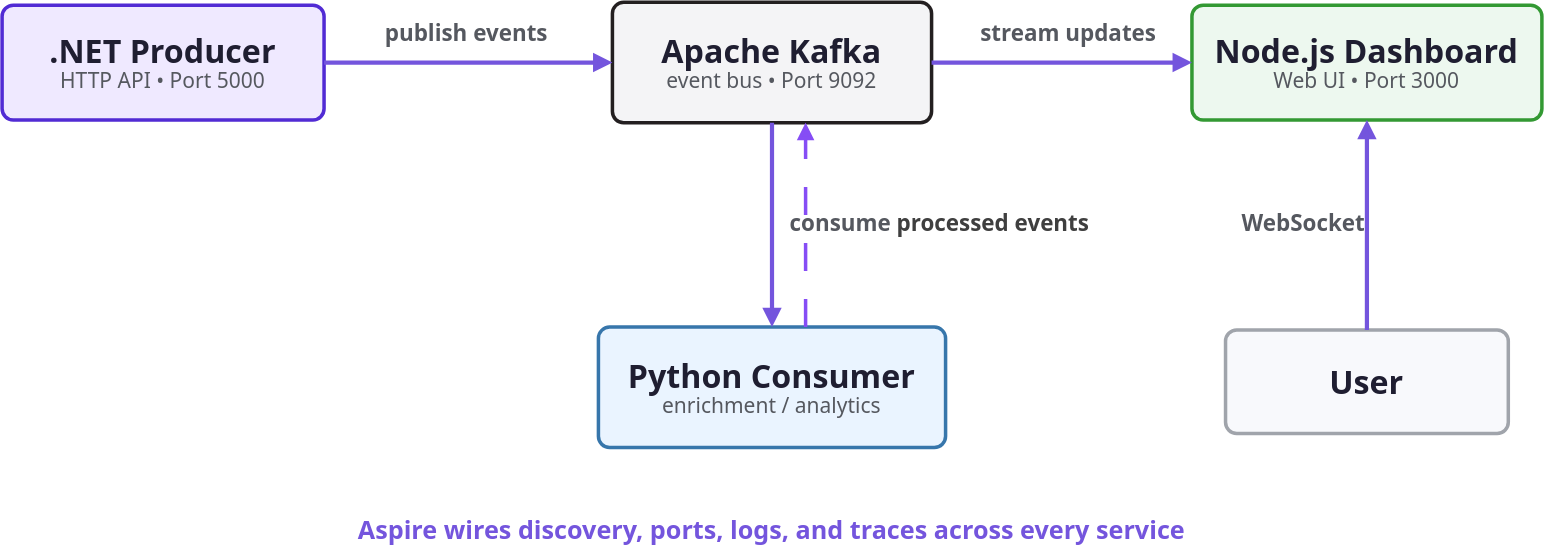
Before: slides/img/event-stream-architecture.drawio.svg, a diagram exported from draw.io (codebytes/aspire-polyglot). Source tidied: cells renumbered, new cells last; positions are measured from the earlier drawing's top-left corner, leaving out a move shared by most shapes.
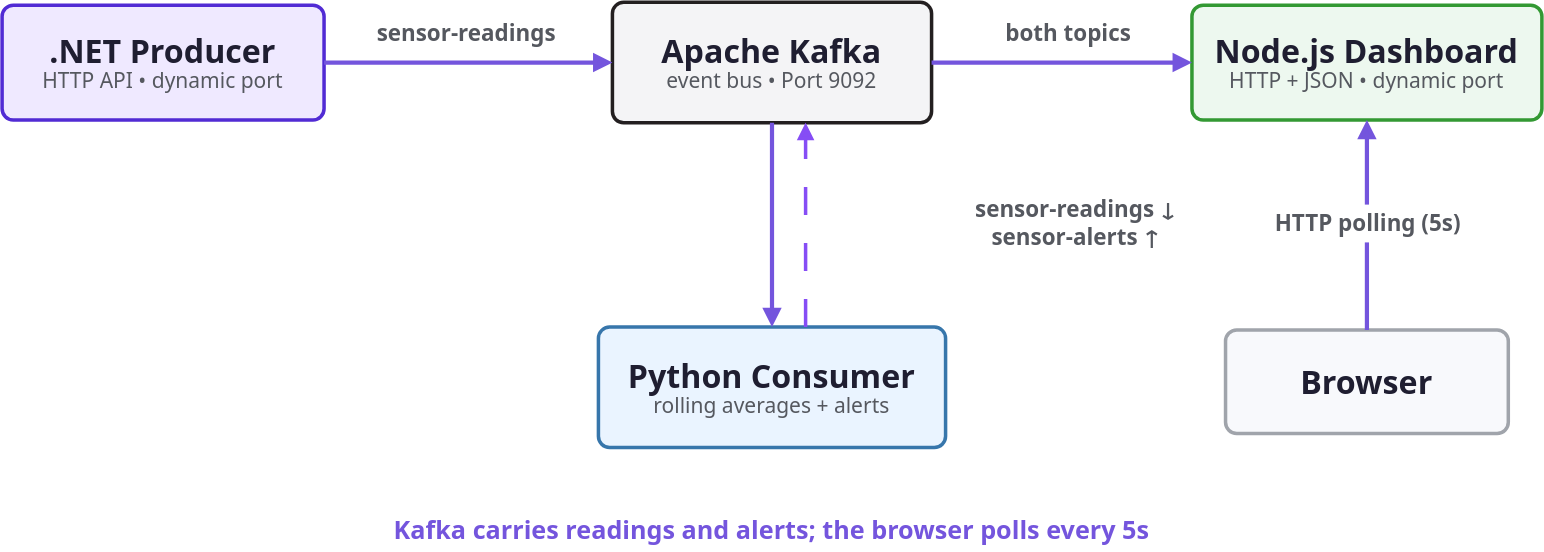
After the change.

Commit message:
Improve Aspire slide accuracy, readability, and pacing

The edit, as a diff of the source:
```diff
@@ -2,19 +2,19 @@
   <root>
     <mxCell id="0" />
     <mxCell id="1" parent="0" />
-    <mxCell id="2" value="&lt;div style=&quot;line-height:1.15;&quot;&gt;&lt;div style=&quot;font-size:23px;font-weight:700;color:#1f1e31;&quot;&gt;.NET Producer&lt;/div&gt;&lt;div style=&quot;font-size:15px;color:#55585f;&quot;&gt;HTTP API • Port 5000&lt;/div&gt;&lt;/div&gt;" style="rounded=1;whiteSpace=wrap;html=1;align=center;verticalAlign=middle;fillColor=#efe9ff;strokeColor=#512bd4;strokeWidth=2.5;arcSize=16;absoluteArcSize=1;fontFamily=Poppins;fontColor=#1f1e31;spacing=4;" parent="1" vertex="1">
+    <mxCell id="2" value="&lt;div style=&quot;line-height:1.15;&quot;&gt;&lt;div style=&quot;font-size:23px;font-weight:700;color:#1f1e31;&quot;&gt;.NET Producer&lt;/div&gt;&lt;div style=&quot;font-size:15px;color:#55585f;&quot;&gt;HTTP API • dynamic port&lt;/div&gt;&lt;/div&gt;" style="rounded=1;whiteSpace=wrap;html=1;align=center;verticalAlign=middle;fillColor=#efe9ff;strokeColor=#512bd4;strokeWidth=2.5;arcSize=16;absoluteArcSize=1;fontFamily=Poppins;fontColor=#1f1e31;spacing=4;" parent="1" vertex="1">
       <mxGeometry y="2" width="230" height="82" as="geometry" />
     </mxCell>
     <mxCell id="3" value="&lt;div style=&quot;line-height:1.15;&quot;&gt;&lt;div style=&quot;font-size:23px;font-weight:700;color:#1f1e31;&quot;&gt;Apache Kafka&lt;/div&gt;&lt;div style=&quot;font-size:15px;color:#55585f;&quot;&gt;event bus • Port 9092&lt;/div&gt;&lt;/div&gt;" style="rounded=1;whiteSpace=wrap;html=1;align=center;verticalAlign=middle;fillColor=#f4f4f6;strokeColor=#231f20;strokeWidth=2.5;arcSize=16;absoluteArcSize=1;fontFamily=Poppins;fontColor=#1f1e31;spacing=4;" parent="1" vertex="1">
       <mxGeometry x="436" width="228" height="86" as="geometry" />
     </mxCell>
-    <mxCell id="4" value="&lt;div style=&quot;line-height:1.15;&quot;&gt;&lt;div style=&quot;font-size:23px;font-weight:700;color:#1f1e31;&quot;&gt;Node.js Dashboard&lt;/div&gt;&lt;div style=&quot;font-size:15px;color:#55585f;&quot;&gt;Web UI • Port 3000&lt;/div&gt;&lt;/div&gt;" style="rounded=1;whiteSpace=wrap;html=1;align=center;verticalAlign=middle;fillColor=#edf8ef;strokeColor=#339933;strokeWidth=2.5;arcSize=16;absoluteArcSize=1;fontFamily=Poppins;fontColor=#1f1e31;spacing=4;" parent="1" vertex="1">
+    <mxCell id="4" value="&lt;div style=&quot;line-height:1.15;&quot;&gt;&lt;div style=&quot;font-size:23px;font-weight:700;color:#1f1e31;&quot;&gt;Node.js Dashboard&lt;/div&gt;&lt;div style=&quot;font-size:15px;color:#55585f;&quot;&gt;HTTP + JSON • dynamic port&lt;/div&gt;&lt;/div&gt;" style="rounded=1;whiteSpace=wrap;html=1;align=center;verticalAlign=middle;fillColor=#edf8ef;strokeColor=#339933;strokeWidth=2.5;arcSize=16;absoluteArcSize=1;fontFamily=Poppins;fontColor=#1f1e31;spacing=4;" parent="1" vertex="1">
       <mxGeometry x="850" y="2" width="250" height="82" as="geometry" />
     </mxCell>
-    <mxCell id="5" value="&lt;div style=&quot;line-height:1.15;&quot;&gt;&lt;div style=&quot;font-size:23px;font-weight:700;color:#1f1e31;&quot;&gt;Python Consumer&lt;/div&gt;&lt;div style=&quot;font-size:15px;color:#55585f;&quot;&gt;enrichment / analytics&lt;/div&gt;&lt;/div&gt;" style="rounded=1;whiteSpace=wrap;html=1;align=center;verticalAlign=middle;fillColor=#eaf4ff;strokeColor=#3776ab;strokeWidth=2.5;arcSize=16;absoluteArcSize=1;fontFamily=Poppins;fontColor=#1f1e31;spacing=4;" parent="1" vertex="1">
+    <mxCell id="5" value="&lt;div style=&quot;line-height:1.15;&quot;&gt;&lt;div style=&quot;font-size:23px;font-weight:700;color:#1f1e31;&quot;&gt;Python Consumer&lt;/div&gt;&lt;div style=&quot;font-size:15px;color:#55585f;&quot;&gt;rolling averages + alerts&lt;/div&gt;&lt;/div&gt;" style="rounded=1;whiteSpace=wrap;html=1;align=center;verticalAlign=middle;fillColor=#eaf4ff;strokeColor=#3776ab;strokeWidth=2.5;arcSize=16;absoluteArcSize=1;fontFamily=Poppins;fontColor=#1f1e31;spacing=4;" parent="1" vertex="1">
       <mxGeometry x="426" y="232" width="248" height="86" as="geometry" />
     </mxCell>
-    <mxCell id="6" value="&lt;div style=&quot;font-size:23px;font-weight:700;color:#1f1e31;line-height:1.1;&quot;&gt;User&lt;/div&gt;" style="rounded=1;whiteSpace=wrap;html=1;align=center;verticalAlign=middle;fillColor=#f8f9fc;strokeColor=#a0a4ab;strokeWidth=2.5;arcSize=16;absoluteArcSize=1;fontFamily=Poppins;fontColor=#1f1e31;spacing=4;" parent="1" vertex="1">
+    <mxCell id="6" value="&lt;div style=&quot;font-size:23px;font-weight:700;color:#1f1e31;line-height:1.1;&quot;&gt;Browser&lt;/div&gt;" style="rounded=1;whiteSpace=wrap;html=1;align=center;verticalAlign=middle;fillColor=#f8f9fc;strokeColor=#a0a4ab;strokeWidth=2.5;arcSize=16;absoluteArcSize=1;fontFamily=Poppins;fontColor=#1f1e31;spacing=4;" parent="1" vertex="1">
       <mxGeometry x="874" y="234" width="202" height="74" as="geometry" />
     </mxCell>
     <mxCell id="7" style="edgeStyle=none;html=1;rounded=0;endArrow=block;endFill=1;strokeColor=#7455dd;strokeWidth=3;exitX=1;exitY=0.5;exitDx=0;exitDy=0;entryX=0;entryY=0.5;entryDx=0;entryDy=0;" parent="1" edge="1" source="2" target="3">
@@ -32,20 +32,20 @@
     <mxCell id="11" style="edgeStyle=none;html=1;rounded=0;endArrow=block;endFill=1;strokeColor=#7455dd;strokeWidth=3;entryX=0.5;entryY=1;entryDx=0;entryDy=0;exitX=0.5;exitY=0;exitDx=0;exitDy=0;" parent="1" edge="1" source="6" target="4">
       <mxGeometry relative="1" as="geometry" />
     </mxCell>
-    <mxCell id="12" value="&lt;b&gt;publish events&lt;/b&gt;" style="text;html=1;strokeColor=none;fillColor=none;whiteSpace=wrap;rounded=0;align=center;verticalAlign=middle;fontColor=#55585f;fontFamily=Poppins;fontSize=16;fontStyle=1;" parent="1" vertex="1">
-      <mxGeometry x="262" y="10" width="140" height="24" as="geometry" />
+    <mxCell id="12" value="&lt;b&gt;sensor-readings&lt;/b&gt;" style="text;html=1;strokeColor=none;fillColor=none;whiteSpace=wrap;rounded=0;align=center;verticalAlign=middle;fontColor=#55585f;fontFamily=Poppins;fontSize=16;fontStyle=1;fillColor=#ffffff;spacing=4;" parent="1" vertex="1">
+      <mxGeometry x="247" y="10" width="170" height="24" as="geometry" />
     </mxCell>
-    <mxCell id="13" value="&lt;b&gt;stream updates&lt;/b&gt;" style="text;html=1;strokeColor=none;fillColor=none;whiteSpace=wrap;rounded=0;align=center;verticalAlign=middle;fontColor=#55585f;fontFamily=Poppins;fontSize=16;fontStyle=1;" parent="1" vertex="1">
-      <mxGeometry x="692" y="10" width="140" height="24" as="geometry" />
+    <mxCell id="13" value="&lt;b&gt;both topics&lt;/b&gt;" style="text;html=1;strokeColor=none;fillColor=none;whiteSpace=wrap;rounded=0;align=center;verticalAlign=middle;fontColor=#55585f;fontFamily=Poppins;fontSize=16;fontStyle=1;fillColor=#ffffff;spacing=4;" parent="1" vertex="1">
+      <mxGeometry x="672" y="10" width="180" height="24" as="geometry" />
     </mxCell>
-    <mxCell id="14" value="&lt;b&gt;consume&amp;nbsp;&lt;/b&gt;&lt;b style=&quot;color: rgb(63, 63, 63); scrollbar-color: rgb(226, 226, 226) rgb(251, 251, 251);&quot;&gt;processed events&lt;/b&gt;" style="text;html=1;strokeColor=none;fillColor=none;whiteSpace=wrap;rounded=0;align=center;verticalAlign=middle;fontColor=#55585f;fontFamily=Poppins;fontSize=16;fontStyle=1;" parent="1" vertex="1">
-      <mxGeometry x="540" y="146" width="260" height="24" as="geometry" />
+    <mxCell id="14" value="&lt;b&gt;sensor-readings ↓&lt;br&gt;sensor-alerts ↑&lt;/b&gt;" style="text;html=1;strokeColor=none;fillColor=none;whiteSpace=wrap;rounded=0;align=center;verticalAlign=middle;fontColor=#55585f;fontFamily=Poppins;fontSize=16;fontStyle=1;fillColor=#ffffff;spacing=4;" parent="1" vertex="1">
+      <mxGeometry x="680" y="134" width="175" height="48" as="geometry" />
     </mxCell>
-    <mxCell id="15" value="&lt;b&gt;WebSocket&lt;/b&gt;" style="text;html=1;strokeColor=none;fillColor=none;whiteSpace=wrap;rounded=0;align=center;verticalAlign=middle;fontColor=#55585f;fontFamily=Poppins;fontSize=16;fontStyle=1;" parent="1" vertex="1">
-      <mxGeometry x="874" y="146" width="112" height="24" as="geometry" />
+    <mxCell id="15" value="&lt;b&gt;HTTP polling (5s)&lt;/b&gt;" style="text;html=1;strokeColor=none;fillColor=none;whiteSpace=wrap;rounded=0;align=center;verticalAlign=middle;fontColor=#55585f;fontFamily=Poppins;fontSize=16;fontStyle=1;fillColor=#ffffff;spacing=4;" parent="1" vertex="1">
+      <mxGeometry x="866" y="146" width="220" height="24" as="geometry" />
     </mxCell>
-    <mxCell id="16" value="&lt;b&gt;Aspire wires discovery, ports, logs, and traces across every service&lt;/b&gt;" style="text;html=1;strokeColor=none;fillColor=none;whiteSpace=wrap;rounded=0;align=center;verticalAlign=middle;fontColor=#7455dd;fontFamily=Poppins;fontSize=18;fontStyle=1;" parent="1" vertex="1">
-      <mxGeometry x="250" y="362" width="600" height="30" as="geometry" />
+    <mxCell id="16" value="&lt;b&gt;Kafka carries readings and alerts; the browser polls every 5s&lt;/b&gt;" style="text;html=1;strokeColor=none;fillColor=none;whiteSpace=wrap;rounded=0;align=center;verticalAlign=middle;fontColor=#7455dd;fontFamily=Poppins;fontSize=18;fontStyle=1;fillColor=#ffffff;spacing=4;" parent="1" vertex="1">
+      <mxGeometry x="140" y="362" width="820" height="30" as="geometry" />
     </mxCell>
   </root>
 </mxGraphModel>
```
